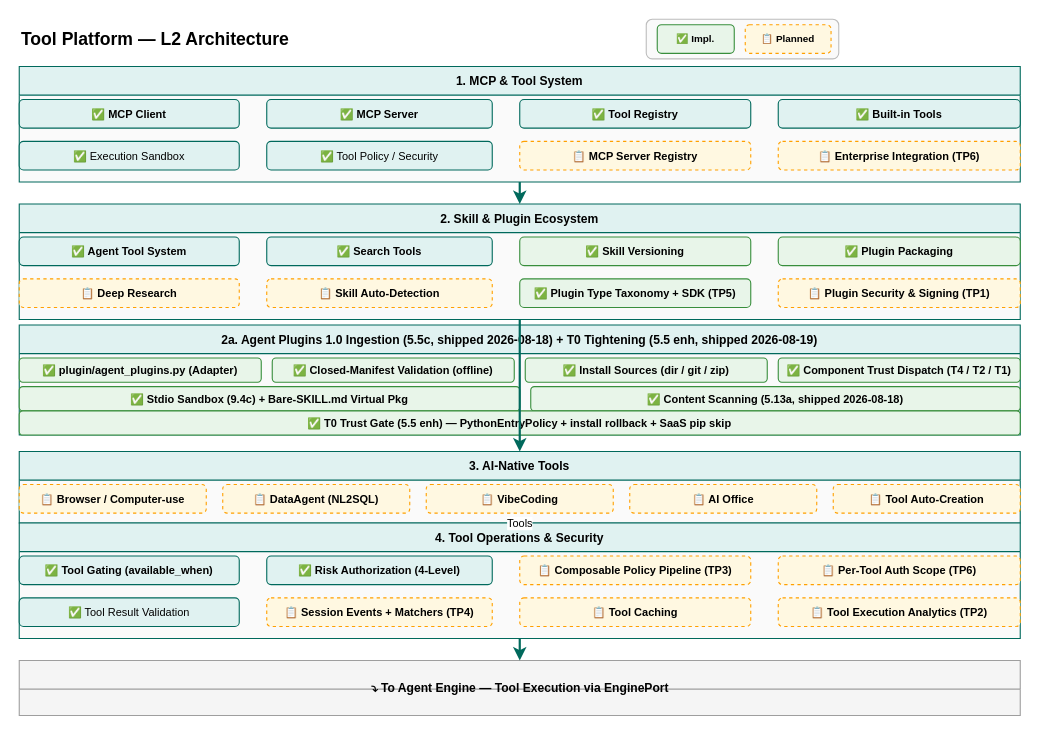
This is docs/design/hardware/tool-platform-l2.drawio from xueyufish/hecate, a draw.io file, before an edit. Source tidied: cells renumbered, new cells numbered last; positions are measured from the earlier drawing's top-left corner, leaving out a move shared by most shapes. Both pictures are drawn from the tidied source at 110%, with x=0, y=0 at pixel (19, 19).
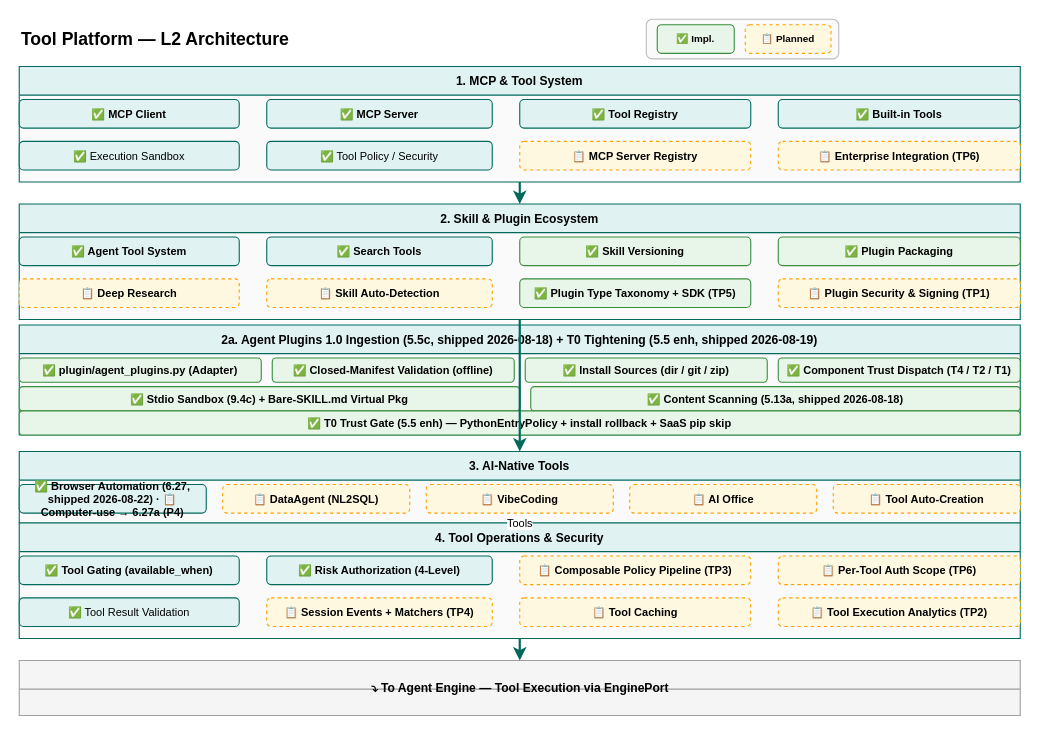
After the change.

Commit message (it also covers changes not shown here):
docs(design): built-in inventory 5→11 + tool-platform diagram flipped to shipped

- execute_code risk HIGH→MEDIUM aligned to shipped code; browser node re-exported via drawio CLI

Ultraworked with [Sisyphus](https://github.com/code-yeongyu/oh-my-openagent)

The change refers to these unchanged cells:
```xml
<mxCell id="32" value="3. AI-Native Tools" style="swimlane;startSize=26;fillColor=#E0F2F1;strokeColor=#00695C;fontSize=11;fontStyle=1;swimlaneFillColor=#FAFAFA;" parent="1" vertex="1">
  <mxGeometry y="393" width="910" height="65" as="geometry" />
</mxCell>
```

The edit, as a diff of the source:
```diff
@@
-    <mxCell id="33" value="📋 Browser / Computer-use" style="rounded=1;whiteSpace=wrap;html=1;fillColor=#FFF8E1;strokeColor=#FFA000;fontSize=10;fontStyle=1;dashed=1;" parent="32" vertex="1">
+    <mxCell id="33" value="✅ Browser Automation (6.27, shipped 2026-08-22) · 📋 Computer-use → 6.27a (P4)" style="rounded=1;whiteSpace=wrap;html=1;fillColor=#E0F2F1;strokeColor=#00695C;fontSize=10;fontStyle=1;" parent="32" vertex="1">
       <mxGeometry y="30" width="170" height="26" as="geometry" />
     </mxCell>
```
